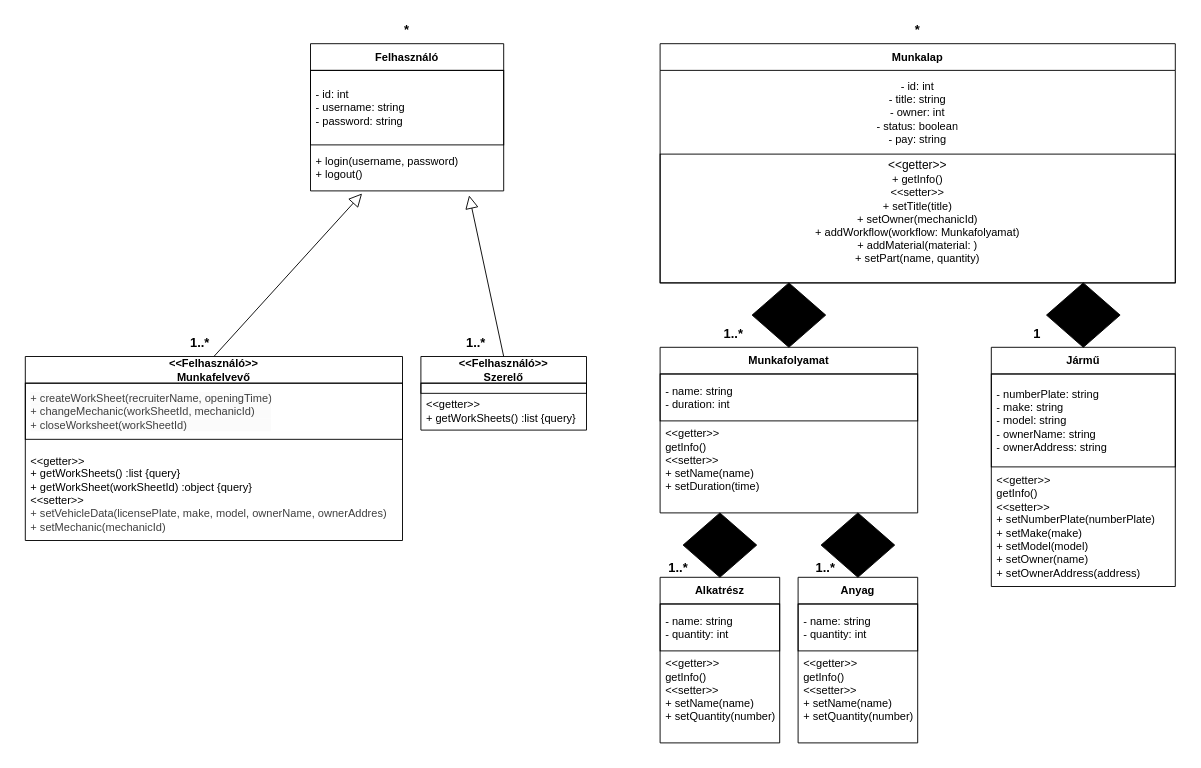
Above: Docs/class_diagram.drawio in Uni-Sopron/Szerelomuhely_beadando (draw.io), before the change. Source tidied: cells renumbered, new cells numbered last; positions are measured from the earlier drawing's top-left corner, leaving out a move shared by most shapes. Both pictures are drawn from the tidied source at 92%, with x=0, y=0 at pixel (25, 16).
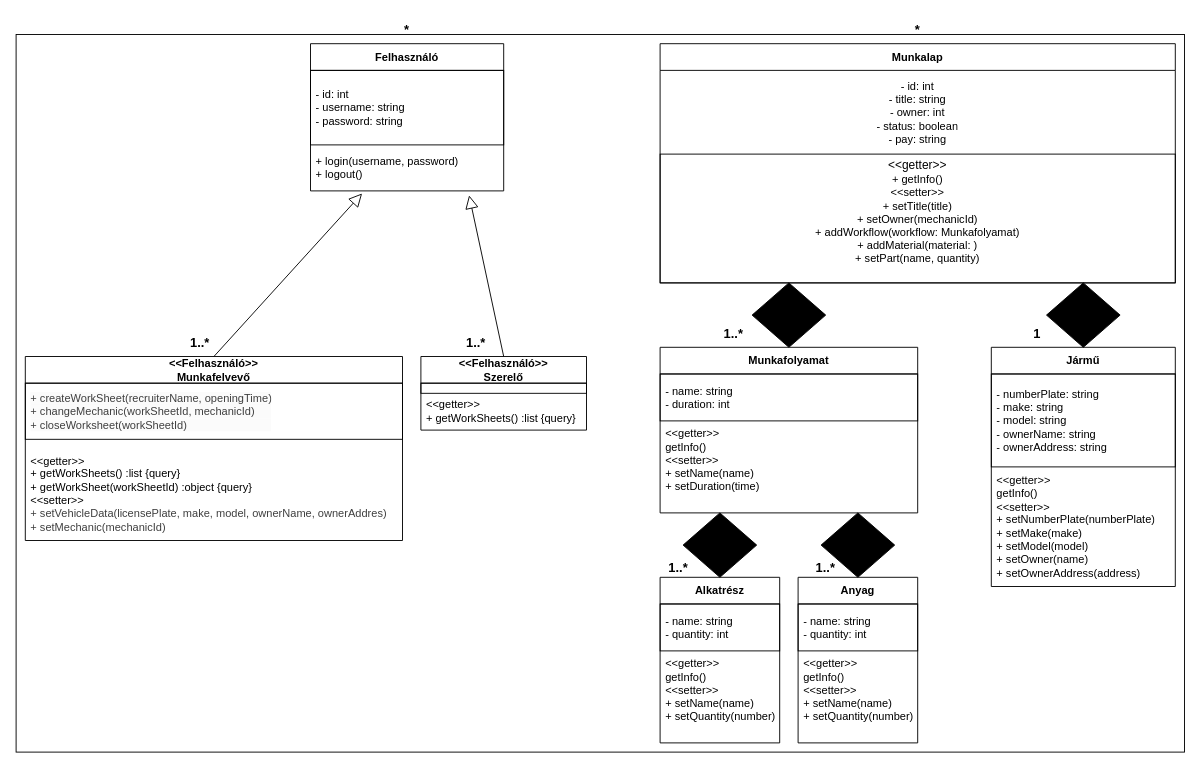
Above is the later version.

The edit, as a diff of the source:
```diff
@@
+    <mxCell id="40" style="rounded=0;whiteSpace=wrap;html=1;" parent="1" vertex="1">
+      <mxGeometry x="-10" y="20" width="1270" height="780" as="geometry" />
+    </mxCell>
```
